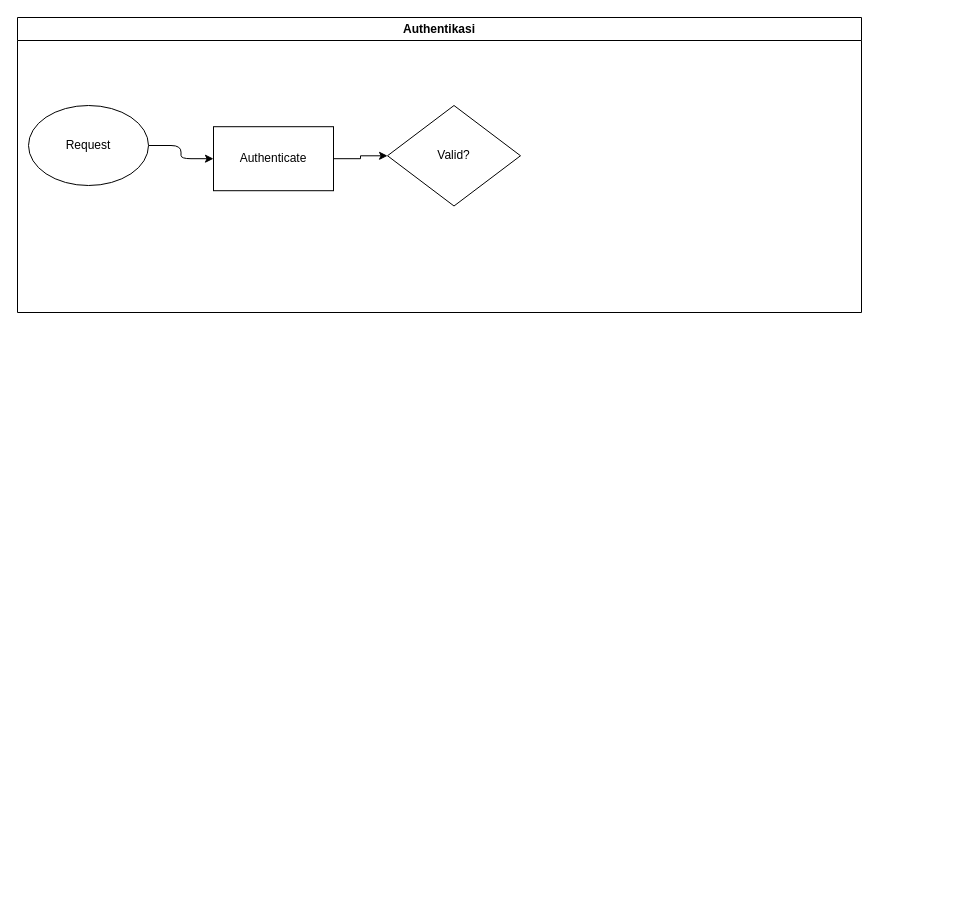
This is final-project.drawio from Mamangbili/draw-io, a draw.io file, before an edit. Source tidied: cells renumbered, new cells numbered last; positions are measured from the earlier drawing's top-left corner, leaving out a move shared by most shapes. Both pictures are drawn from the tidied source at 100%, with x=0, y=0 at pixel (17, 17).
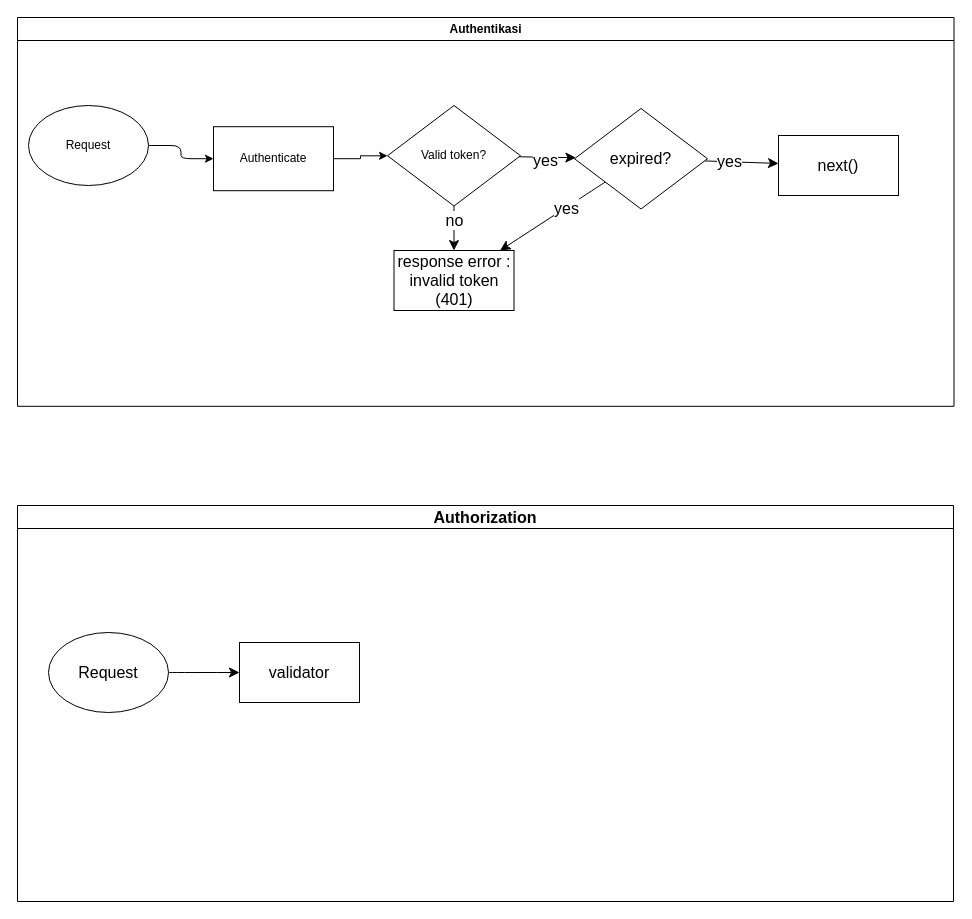
The same page after the edit.

Diff of the diagram source:
```diff
@@
     <mxCell id="2" value="Authentikasi" style="swimlane;whiteSpace=wrap;html=1;" parent="1" vertex="1">
-      <mxGeometry width="844" height="295" as="geometry" />
+      <mxGeometry width="936.5" height="388.8" as="geometry" />
     </mxCell>
@@
+    <mxCell id="8" style="edgeStyle=none;curved=1;rounded=0;jettySize=auto;html=1;fontSize=12;startSize=8;endSize=8;" parent="2" edge="1" source="7" target="12">
+      <mxGeometry relative="1" as="geometry" />
+    </mxCell>
+    <mxCell id="9" value="no" style="edgeLabel;html=1;align=center;verticalAlign=middle;fontSize=16;" parent="8" vertex="1">
+      <mxGeometry x="-0.39" relative="1" as="geometry" />
+    </mxCell>
+    <mxCell id="10" style="edgeStyle=none;curved=1;rounded=0;jettySize=auto;html=1;fontSize=12;startSize=8;endSize=8;" parent="2" edge="1" source="7" target="17">
+      <mxGeometry relative="1" as="geometry" />
+    </mxCell>
+    <mxCell id="11" value="yes" style="edgeLabel;html=1;align=center;verticalAlign=middle;fontSize=16;" parent="10" vertex="1">
+      <mxGeometry x="-0.09" y="-3" relative="1" as="geometry" />
+    </mxCell>
-    <mxCell id="7" value="Valid?" style="rhombus;whiteSpace=wrap;html=1;" parent="2" vertex="1">
+    <mxCell id="7" value="Valid token?" style="rhombus;whiteSpace=wrap;html=1;" parent="2" vertex="1">
       <mxGeometry x="370" y="88" width="133" height="100.5" as="geometry" />
     </mxCell>
+    <mxCell id="12" value="response error :&lt;br&gt;invalid token (401)" style="whiteSpace=wrap;html=1;fontSize=16;" parent="2" vertex="1">
+      <mxGeometry x="376.5" y="233" width="120" height="60" as="geometry" />
+    </mxCell>
+    <mxCell id="13" style="edgeStyle=none;curved=1;rounded=0;jettySize=auto;html=1;fontSize=12;startSize=8;endSize=8;" parent="2" edge="1" source="17" target="12">
+      <mxGeometry relative="1" as="geometry" />
+    </mxCell>
+    <mxCell id="14" value="yes" style="edgeLabel;html=1;align=center;verticalAlign=middle;fontSize=16;" parent="13" vertex="1">
+      <mxGeometry x="-0.25" relative="1" as="geometry" />
+    </mxCell>
+    <mxCell id="15" style="edgeStyle=none;curved=1;rounded=0;jettySize=auto;html=1;fontSize=12;startSize=8;endSize=8;" parent="2" edge="1" source="17" target="18">
+      <mxGeometry relative="1" as="geometry" />
+    </mxCell>
+    <mxCell id="16" value="yes" style="edgeLabel;html=1;align=center;verticalAlign=middle;fontSize=16;" parent="15" vertex="1">
+      <mxGeometry x="-0.36" y="1" relative="1" as="geometry" />
+    </mxCell>
+    <mxCell id="17" value="expired?" style="rhombus;whiteSpace=wrap;html=1;fontSize=16;" parent="2" vertex="1">
+      <mxGeometry x="557" y="91" width="133" height="100.5" as="geometry" />
+    </mxCell>
+    <mxCell id="18" value="next()" style="whiteSpace=wrap;html=1;fontSize=16;" parent="2" vertex="1">
+      <mxGeometry x="761" y="118" width="120" height="60" as="geometry" />
+    </mxCell>
+    <mxCell id="19" value="Authorization" style="swimlane;whiteSpace=wrap;html=1;fontSize=16;" parent="1" vertex="1">
+      <mxGeometry y="488" width="936" height="396" as="geometry" />
+    </mxCell>
+    <mxCell id="20" style="edgeStyle=none;curved=1;rounded=0;jettySize=auto;html=1;fontSize=12;startSize=8;endSize=8;" parent="19" edge="1" source="21" target="22">
+      <mxGeometry relative="1" as="geometry" />
+    </mxCell>
+    <mxCell id="21" value="Request" style="ellipse;whiteSpace=wrap;html=1;fontSize=16;" parent="19" vertex="1">
+      <mxGeometry x="31" y="127" width="120" height="80" as="geometry" />
+    </mxCell>
+    <mxCell id="22" value="validator" style="whiteSpace=wrap;html=1;fontSize=16;" parent="19" vertex="1">
+      <mxGeometry x="222" y="137" width="120" height="60" as="geometry" />
+    </mxCell>
```
